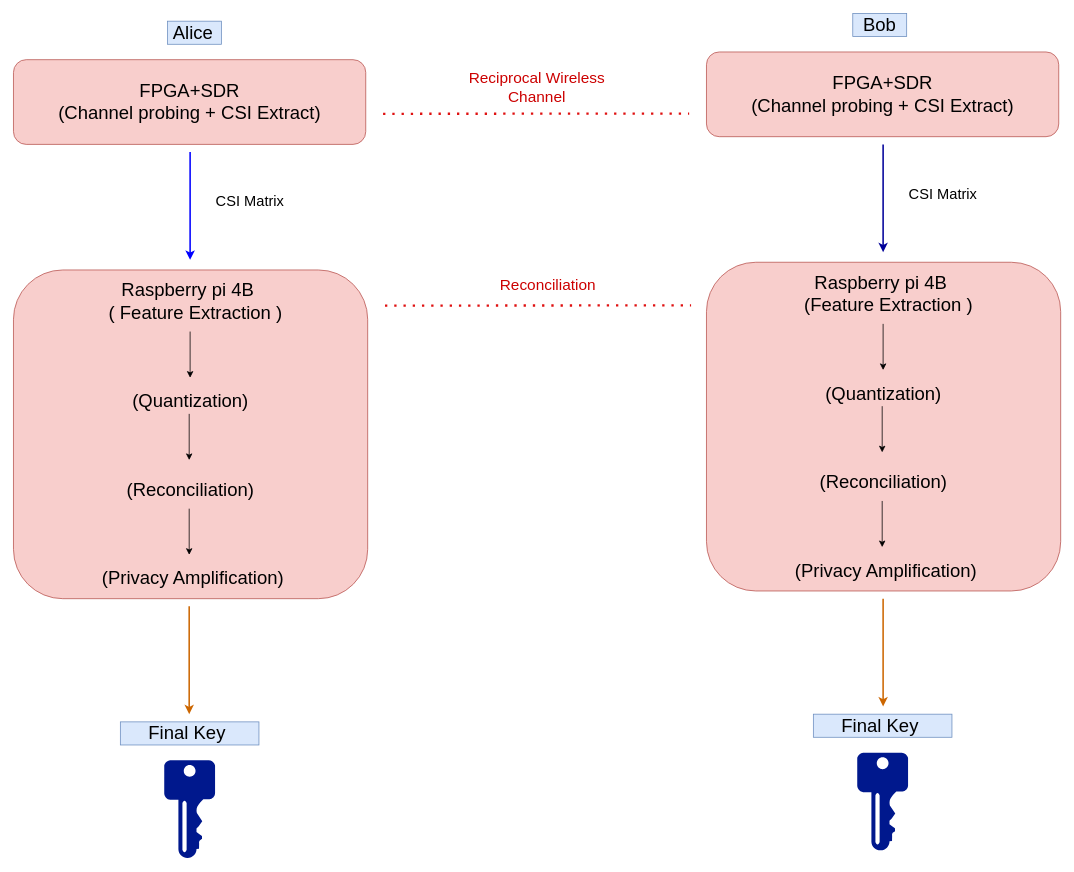
Owenchiu729/PLKG_Paper keeps this draw.io diagram as docs/PLKG架構圖.drawio. Above is the earlier version. Source tidied: cells renumbered, new cells numbered last; positions are measured from the earlier drawing's top-left corner, leaving out a move shared by most shapes. Both pictures are drawn from the tidied source at 77%, with x=0, y=0 at pixel (13, 13).
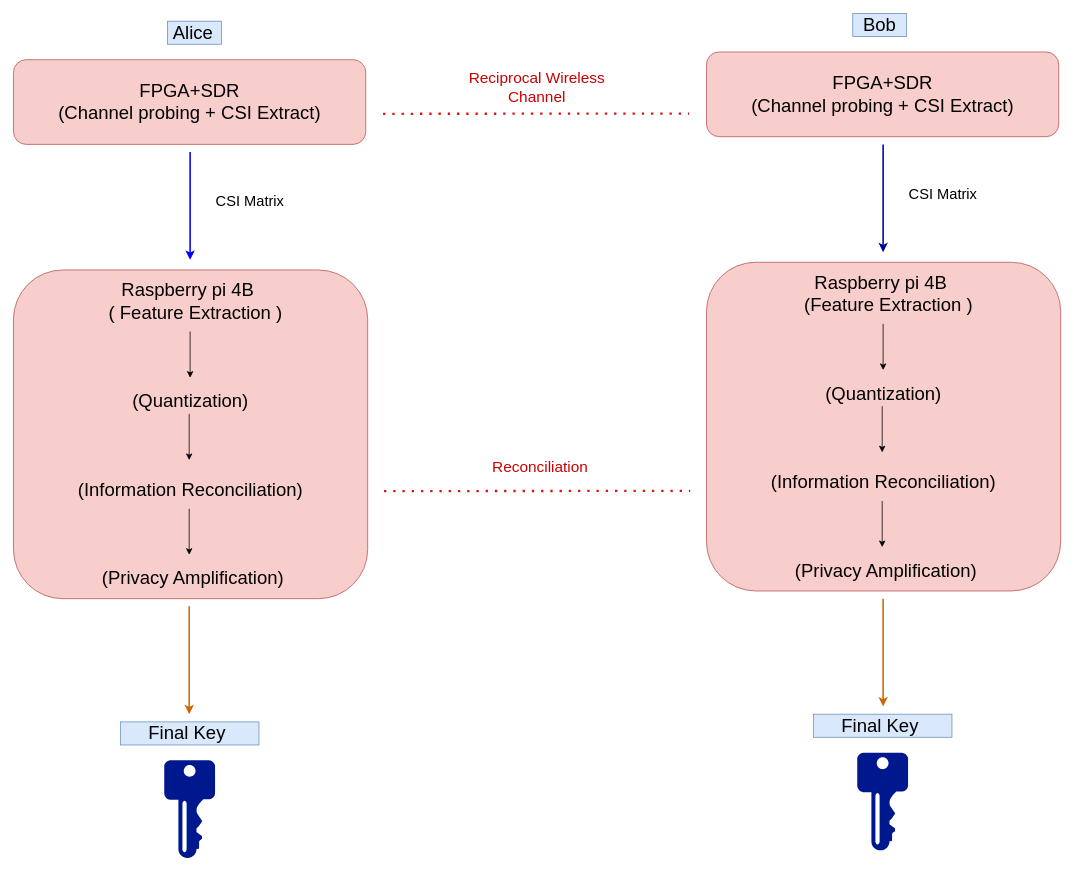
The same diagram, later.

Commit message (it also covers changes not shown here):
Update CNN_Feature_Extractor and add data_set folder

Diff of the diagram source:
```diff
@@
-    <mxCell id="8" value="&lt;div&gt;&lt;span style=&quot;font-size: 24px; background-color: transparent; color: light-dark(rgb(0, 0, 0), rgb(255, 255, 255));&quot;&gt;Raspberry pi 4B&amp;nbsp;&lt;/span&gt;&lt;/div&gt;&lt;div&gt;&lt;font style=&quot;font-size: 24px;&quot;&gt;&lt;div style=&quot;&quot;&gt;&amp;nbsp; (&amp;nbsp;Feature Extraction )&lt;/div&gt;&lt;div style=&quot;&quot;&gt;&lt;br&gt;&lt;/div&gt;&lt;div style=&quot;&quot;&gt;&amp;nbsp; &amp;nbsp; &amp;nbsp; &amp;nbsp; &amp;nbsp; &amp;nbsp; &amp;nbsp; &amp;nbsp; &amp;nbsp; &amp;nbsp; &amp;nbsp; &amp;nbsp;&amp;nbsp;&lt;/div&gt;&lt;div style=&quot;&quot;&gt;&amp;nbsp; &amp;nbsp;&lt;/div&gt;&lt;div style=&quot;&quot;&gt;(Quantization)&lt;/div&gt;&lt;div style=&quot;&quot;&gt;&lt;br&gt;&lt;/div&gt;&lt;div style=&quot;&quot;&gt;&amp;nbsp; &amp;nbsp; &amp;nbsp; &amp;nbsp; &amp;nbsp; &amp;nbsp; &amp;nbsp; &amp;nbsp; &amp;nbsp; &amp;nbsp; &amp;nbsp; &amp;nbsp;&lt;/div&gt;&lt;div style=&quot;&quot;&gt;&lt;br&gt;&lt;/div&gt;&lt;div style=&quot;&quot;&gt;(Reconciliation)&lt;/div&gt;&lt;div style=&quot;&quot;&gt;&lt;br&gt;&lt;/div&gt;&lt;div style=&quot;&quot;&gt;&lt;br&gt;&lt;/div&gt;&lt;div style=&quot;&quot;&gt;&amp;nbsp;&lt;/div&gt;&lt;div style=&quot;&quot;&gt;&amp;nbsp;(Privacy Amplification)&lt;/div&gt;&lt;/font&gt;&lt;/div&gt;" style="rounded=1;whiteSpace=wrap;html=1;fillColor=#f8cecc;strokeColor=#b85450;align=center;" parent="1" vertex="1">
+    <mxCell id="8" value="&lt;div&gt;&lt;span style=&quot;font-size: 24px; background-color: transparent; color: light-dark(rgb(0, 0, 0), rgb(255, 255, 255));&quot;&gt;Raspberry pi 4B&amp;nbsp;&lt;/span&gt;&lt;/div&gt;&lt;div&gt;&lt;font style=&quot;font-size: 24px;&quot;&gt;&lt;div style=&quot;&quot;&gt;&amp;nbsp; (&amp;nbsp;Feature Extraction )&lt;/div&gt;&lt;div style=&quot;&quot;&gt;&lt;br&gt;&lt;/div&gt;&lt;div style=&quot;&quot;&gt;&amp;nbsp; &amp;nbsp; &amp;nbsp; &amp;nbsp; &amp;nbsp; &amp;nbsp; &amp;nbsp; &amp;nbsp; &amp;nbsp; &amp;nbsp; &amp;nbsp; &amp;nbsp;&amp;nbsp;&lt;/div&gt;&lt;div style=&quot;&quot;&gt;&amp;nbsp; &amp;nbsp;&lt;/div&gt;&lt;div style=&quot;&quot;&gt;(Quantization)&lt;/div&gt;&lt;div style=&quot;&quot;&gt;&lt;br&gt;&lt;/div&gt;&lt;div style=&quot;&quot;&gt;&amp;nbsp; &amp;nbsp; &amp;nbsp; &amp;nbsp; &amp;nbsp; &amp;nbsp; &amp;nbsp; &amp;nbsp; &amp;nbsp; &amp;nbsp; &amp;nbsp; &amp;nbsp;&lt;/div&gt;&lt;div style=&quot;&quot;&gt;&lt;br&gt;&lt;/div&gt;&lt;div style=&quot;&quot;&gt;(Information Reconciliation)&lt;/div&gt;&lt;div style=&quot;&quot;&gt;&lt;br&gt;&lt;/div&gt;&lt;div style=&quot;&quot;&gt;&lt;br&gt;&lt;/div&gt;&lt;div style=&quot;&quot;&gt;&amp;nbsp;&lt;/div&gt;&lt;div style=&quot;&quot;&gt;&amp;nbsp;(Privacy Amplification)&lt;/div&gt;&lt;/font&gt;&lt;/div&gt;" style="rounded=1;whiteSpace=wrap;html=1;fillColor=#f8cecc;strokeColor=#b85450;align=center;" parent="1" vertex="1">
       <mxGeometry y="333.1" width="460" height="426.9" as="geometry" />
     </mxCell>
@@
     <mxCell id="11" style="endArrow=none;dashed=1;html=1;dashPattern=1 3;strokeWidth=3;rounded=0;strokeColor=light-dark(#df1111, #ededed);" parent="1" edge="1">
       <mxGeometry relative="1" as="geometry">
-        <mxPoint x="482.5" y="379.4" as="sourcePoint" />
-        <mxPoint x="880" y="379.1" as="targetPoint" />
+        <mxPoint x="481.2" y="620.3" as="sourcePoint" />
+        <mxPoint x="878.8" y="620" as="targetPoint" />
       </mxGeometry>
     </mxCell>
     <mxCell id="12" value="Reconciliation" style="text;whiteSpace=wrap;fontSize=20;fontColor=#CC0000;" parent="1" vertex="1">
-      <mxGeometry x="630" y="333.1" width="150" height="40" as="geometry" />
+      <mxGeometry x="620" y="570" width="150" height="40" as="geometry" />
     </mxCell>
@@
-    <mxCell id="23" value="&lt;div&gt;&lt;span style=&quot;font-size: 24px; background-color: transparent; color: light-dark(rgb(0, 0, 0), rgb(255, 255, 255));&quot;&gt;Raspberry pi 4B&amp;nbsp;&lt;/span&gt;&lt;/div&gt;&lt;div&gt;&lt;font style=&quot;font-size: 24px;&quot;&gt;&lt;div style=&quot;&quot;&gt;&amp;nbsp; (Feature Extraction )&lt;/div&gt;&lt;div style=&quot;&quot;&gt;&lt;br&gt;&lt;/div&gt;&lt;div style=&quot;&quot;&gt;&amp;nbsp; &amp;nbsp; &amp;nbsp; &amp;nbsp; &amp;nbsp; &amp;nbsp; &amp;nbsp; &amp;nbsp; &amp;nbsp; &amp;nbsp; &amp;nbsp; &amp;nbsp;&amp;nbsp;&lt;/div&gt;&lt;div style=&quot;&quot;&gt;&amp;nbsp; &amp;nbsp;&lt;/div&gt;&lt;div style=&quot;&quot;&gt;(Quantization)&lt;/div&gt;&lt;div style=&quot;&quot;&gt;&lt;br&gt;&lt;/div&gt;&lt;div style=&quot;&quot;&gt;&amp;nbsp; &amp;nbsp; &amp;nbsp; &amp;nbsp; &amp;nbsp; &amp;nbsp; &amp;nbsp; &amp;nbsp; &amp;nbsp; &amp;nbsp; &amp;nbsp; &amp;nbsp;&lt;/div&gt;&lt;div style=&quot;&quot;&gt;&lt;br&gt;&lt;/div&gt;&lt;div style=&quot;&quot;&gt;(Reconciliation)&lt;/div&gt;&lt;div style=&quot;&quot;&gt;&lt;br&gt;&lt;/div&gt;&lt;div style=&quot;&quot;&gt;&lt;br&gt;&lt;/div&gt;&lt;div style=&quot;&quot;&gt;&amp;nbsp;&lt;/div&gt;&lt;div style=&quot;&quot;&gt;&amp;nbsp;(Privacy Amplification)&lt;/div&gt;&lt;/font&gt;&lt;/div&gt;" style="rounded=1;whiteSpace=wrap;html=1;fillColor=#f8cecc;strokeColor=#b85450;align=center;" parent="1" vertex="1">
+    <mxCell id="23" value="&lt;div&gt;&lt;span style=&quot;font-size: 24px; background-color: transparent; color: light-dark(rgb(0, 0, 0), rgb(255, 255, 255));&quot;&gt;Raspberry pi 4B&amp;nbsp;&lt;/span&gt;&lt;/div&gt;&lt;div&gt;&lt;font style=&quot;font-size: 24px;&quot;&gt;&lt;div style=&quot;&quot;&gt;&amp;nbsp; (Feature Extraction )&lt;/div&gt;&lt;div style=&quot;&quot;&gt;&lt;br&gt;&lt;/div&gt;&lt;div style=&quot;&quot;&gt;&amp;nbsp; &amp;nbsp; &amp;nbsp; &amp;nbsp; &amp;nbsp; &amp;nbsp; &amp;nbsp; &amp;nbsp; &amp;nbsp; &amp;nbsp; &amp;nbsp; &amp;nbsp;&amp;nbsp;&lt;/div&gt;&lt;div style=&quot;&quot;&gt;&amp;nbsp; &amp;nbsp;&lt;/div&gt;&lt;div style=&quot;&quot;&gt;(Quantization)&lt;/div&gt;&lt;div style=&quot;&quot;&gt;&lt;br&gt;&lt;/div&gt;&lt;div style=&quot;&quot;&gt;&amp;nbsp; &amp;nbsp; &amp;nbsp; &amp;nbsp; &amp;nbsp; &amp;nbsp; &amp;nbsp; &amp;nbsp; &amp;nbsp; &amp;nbsp; &amp;nbsp; &amp;nbsp;&lt;/div&gt;&lt;div style=&quot;&quot;&gt;&lt;br&gt;&lt;/div&gt;&lt;div style=&quot;&quot;&gt;(Information Reconciliation)&lt;/div&gt;&lt;div style=&quot;&quot;&gt;&lt;br&gt;&lt;/div&gt;&lt;div style=&quot;&quot;&gt;&lt;br&gt;&lt;/div&gt;&lt;div style=&quot;&quot;&gt;&amp;nbsp;&lt;/div&gt;&lt;div style=&quot;&quot;&gt;&amp;nbsp;(Privacy Amplification)&lt;/div&gt;&lt;/font&gt;&lt;/div&gt;" style="rounded=1;whiteSpace=wrap;html=1;fillColor=#f8cecc;strokeColor=#b85450;align=center;" parent="1" vertex="1">
       <mxGeometry x="900" y="323.1" width="460" height="426.9" as="geometry" />
     </mxCell>
```
